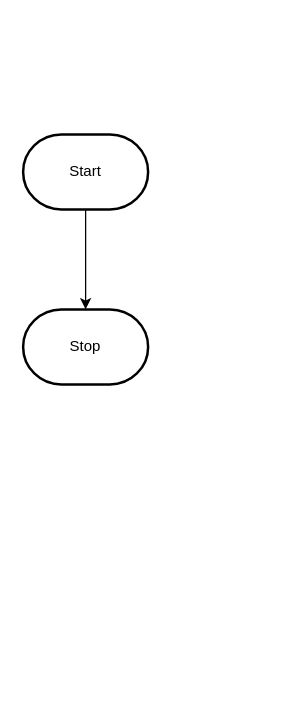
MTHS-ICD2O-1-2023/ICD2O-Unit-3-03-Hames-al-sharoa keeps this draw.io diagram as design/flowchart.drawio. Above is the earlier version. Source tidied: cells renumbered, new cells numbered last; positions are measured from the earlier drawing's top-left corner, leaving out a move shared by most shapes. Both pictures are drawn from the tidied source at 125%, with x=0, y=0 at pixel (22, 134).
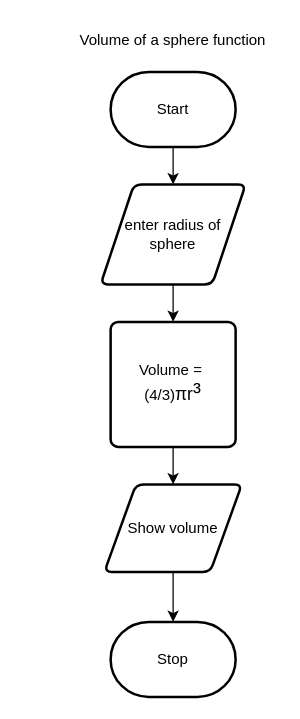
After the change.

Diff of the diagram source:
```diff
@@
 <mxGraphModel>
   <root>
     <mxCell id="0" />
     <mxCell id="1" parent="0" />
+    <mxCell id="5" style="edgeStyle=none;html=1;" parent="1" edge="1" source="3" target="4">
+      <mxGeometry relative="1" as="geometry" />
+    </mxCell>
+    <mxCell id="3" value="Start" style="strokeWidth=2;html=1;shape=mxgraph.flowchart.terminator;whiteSpace=wrap;" parent="1" vertex="1">
+      <mxGeometry x="70" y="-50" width="100" height="60" as="geometry" />
+    </mxCell>
+    <mxCell id="6" style="edgeStyle=none;html=1;" parent="1" edge="1" source="4" target="2">
+      <mxGeometry relative="1" as="geometry" />
+    </mxCell>
+    <mxCell id="4" value="enter radius of sphere" style="shape=parallelogram;html=1;strokeWidth=2;perimeter=parallelogramPerimeter;whiteSpace=wrap;rounded=1;arcSize=12;size=0.23;" parent="1" vertex="1">
+      <mxGeometry x="62" y="40" width="116" height="80" as="geometry" />
+    </mxCell>
+    <mxCell id="7" style="edgeStyle=none;html=1;" parent="1" edge="1" source="2" target="9">
+      <mxGeometry relative="1" as="geometry" />
+    </mxCell>
-    <mxCell id="2" style="edgeStyle=orthogonalEdgeStyle;html=1;rounded=0;" parent="1" edge="1" source="3" target="4">
-      <mxGeometry relative="1" as="geometry" />
+    <mxCell id="2" value="&lt;font&gt;Volume =&amp;nbsp; (4/3)&lt;span style=&quot;font-family: &amp;quot;arial&amp;quot; , sans-serif ; font-size: 14px ; text-align: left&quot;&gt;πr&lt;/span&gt;&lt;span style=&quot;font-family: &amp;quot;arial&amp;quot; , sans-serif ; text-align: left&quot;&gt;&lt;font style=&quot;font-size: 19px&quot;&gt;³&lt;/font&gt;&lt;/span&gt;&lt;/font&gt;" style="rounded=1;whiteSpace=wrap;html=1;absoluteArcSize=1;arcSize=12;strokeWidth=2;fillColor=default;fontColor=#000000;" parent="1" vertex="1">
+      <mxGeometry x="70" y="150" width="100" height="100" as="geometry" />
     </mxCell>
-    <mxCell id="3" value="Start" style="strokeWidth=2;html=1;shape=mxgraph.flowchart.terminator;whiteSpace=wrap;" parent="1" vertex="1">
-      <mxGeometry width="100" height="60" as="geometry" />
-    </mxCell>
-    <mxCell id="4" value="Stop" style="strokeWidth=2;html=1;shape=mxgraph.flowchart.terminator;whiteSpace=wrap;" parent="1" vertex="1">
-      <mxGeometry y="140" width="100" height="60" as="geometry" />
-    </mxCell>
+    <mxCell id="8" style="edgeStyle=none;html=1;" parent="1" edge="1" source="9" target="10">
+      <mxGeometry relative="1" as="geometry" />
+    </mxCell>
+    <mxCell id="9" value="Show volume" style="shape=parallelogram;html=1;strokeWidth=2;perimeter=parallelogramPerimeter;whiteSpace=wrap;rounded=1;arcSize=12;size=0.23;" parent="1" vertex="1">
+      <mxGeometry x="65" y="280" width="110" height="70" as="geometry" />
+    </mxCell>
+    <mxCell id="10" value="Stop" style="strokeWidth=2;html=1;shape=mxgraph.flowchart.terminator;whiteSpace=wrap;" parent="1" vertex="1">
+      <mxGeometry x="70" y="390" width="100" height="60" as="geometry" />
+    </mxCell>
+    <mxCell id="11" value="Volume of a sphere function" style="text;html=1;strokeColor=none;fillColor=none;align=center;verticalAlign=middle;whiteSpace=wrap;rounded=0;" parent="1" vertex="1">
+      <mxGeometry x="35" y="-90" width="170" height="30" as="geometry" />
+    </mxCell>
   </root>
 </mxGraphModel>
```
